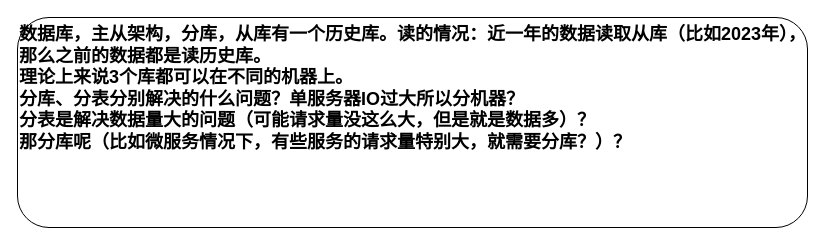
Earlier version of the draw.io diagram JAVA/数据库.drawio (KGwolf/MyDraw). Source tidied: cells renumbered, new cells numbered last; positions are measured from the earlier drawing's top-left corner, leaving out a move shared by most shapes. Both pictures are drawn from the tidied source at 100%, with x=0, y=0 at pixel (17, 17).
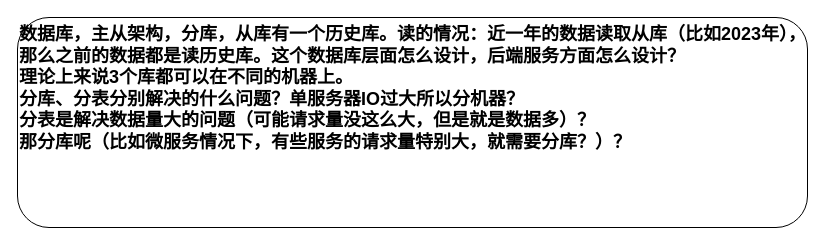
Above is the later version.

Commit message (it also covers changes not shown here):
更新数据库.drawio

Diff of the diagram source:
```diff
@@
 <mxGraphModel>
   <root>
     <mxCell id="0" />
     <mxCell id="1" parent="0" />
-    <mxCell id="2" value="&lt;b style=&quot;font-size: 18px;&quot;&gt;数据库，主从架构，分库，从库有一个历史库。读的情况：近一年的数据读取从库（比如2023年），那么之前的数据都是读历史库。&lt;br&gt;理论上来说3个库都可以在不同的机器上。&lt;br&gt;分库、分表分别解决的什么问题？单服务器IO过大所以分机器？&lt;br&gt;分表是解决数据量大的问题（可能请求量没这么大，但是就是数据多）？&lt;br&gt;那分库呢（比如微服务情况下，有些服务的请求量特别大，就需要分库？）？&lt;/b&gt;" style="rounded=1;whiteSpace=wrap;html=1;align=left;verticalAlign=top;" parent="1" vertex="1">
+    <mxCell id="2" value="&lt;b style=&quot;font-size: 18px;&quot;&gt;数据库，主从架构，分库，从库有一个历史库。读的情况：近一年的数据读取从库（比如2023年），那么之前的数据都是读历史库。这个数据库层面怎么设计，后端服务方面怎么设计？&lt;br&gt;理论上来说3个库都可以在不同的机器上。&lt;br&gt;分库、分表分别解决的什么问题？单服务器IO过大所以分机器？&lt;br&gt;分表是解决数据量大的问题（可能请求量没这么大，但是就是数据多）？&lt;br&gt;那分库呢（比如微服务情况下，有些服务的请求量特别大，就需要分库？）？&lt;/b&gt;" style="rounded=1;whiteSpace=wrap;html=1;align=left;verticalAlign=top;" parent="1" vertex="1">
       <mxGeometry width="790" height="210" as="geometry" />
     </mxCell>
   </root>
 </mxGraphModel>
```
